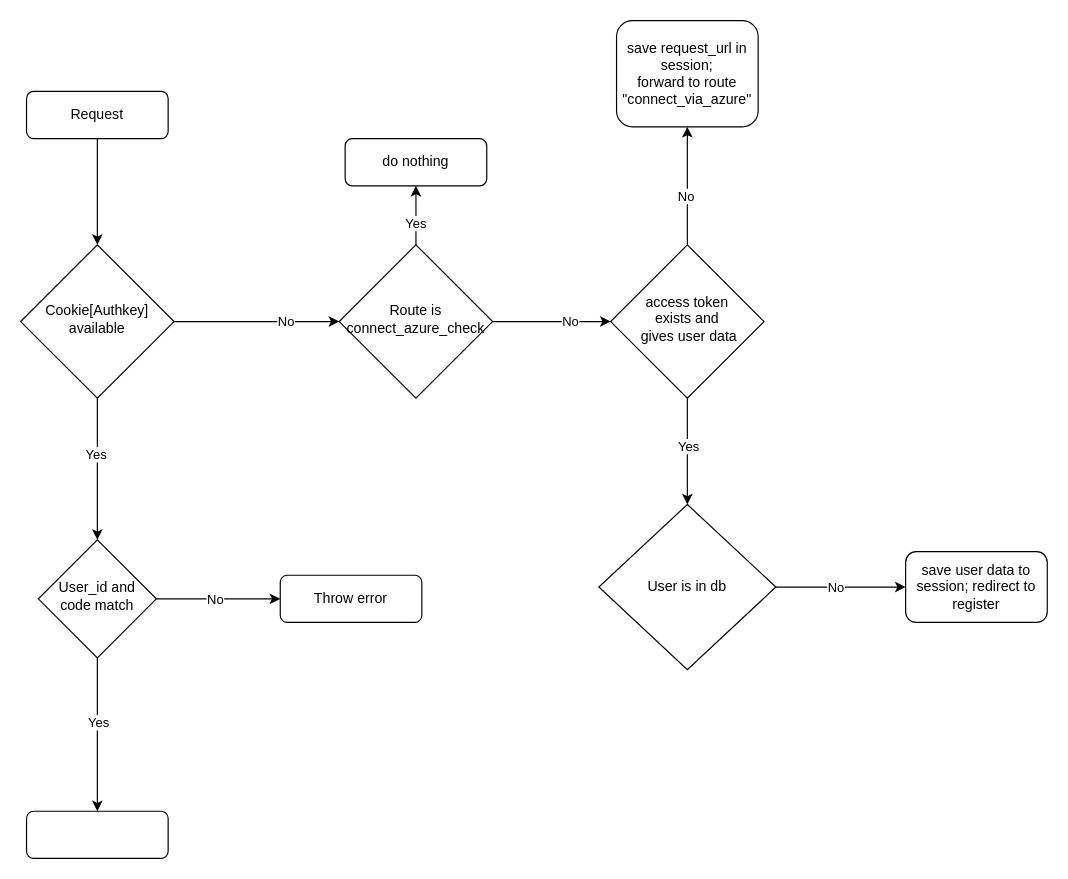
fridde/ndb_symfony keeps this draw.io diagram as docs/authentication_process.drawio. Above is the earlier version. Source tidied: cells renumbered, new cells numbered last; positions are measured from the earlier drawing's top-left corner, leaving out a move shared by most shapes. Both pictures are drawn from the tidied source at 118%, with x=0, y=0 at pixel (20, 20).
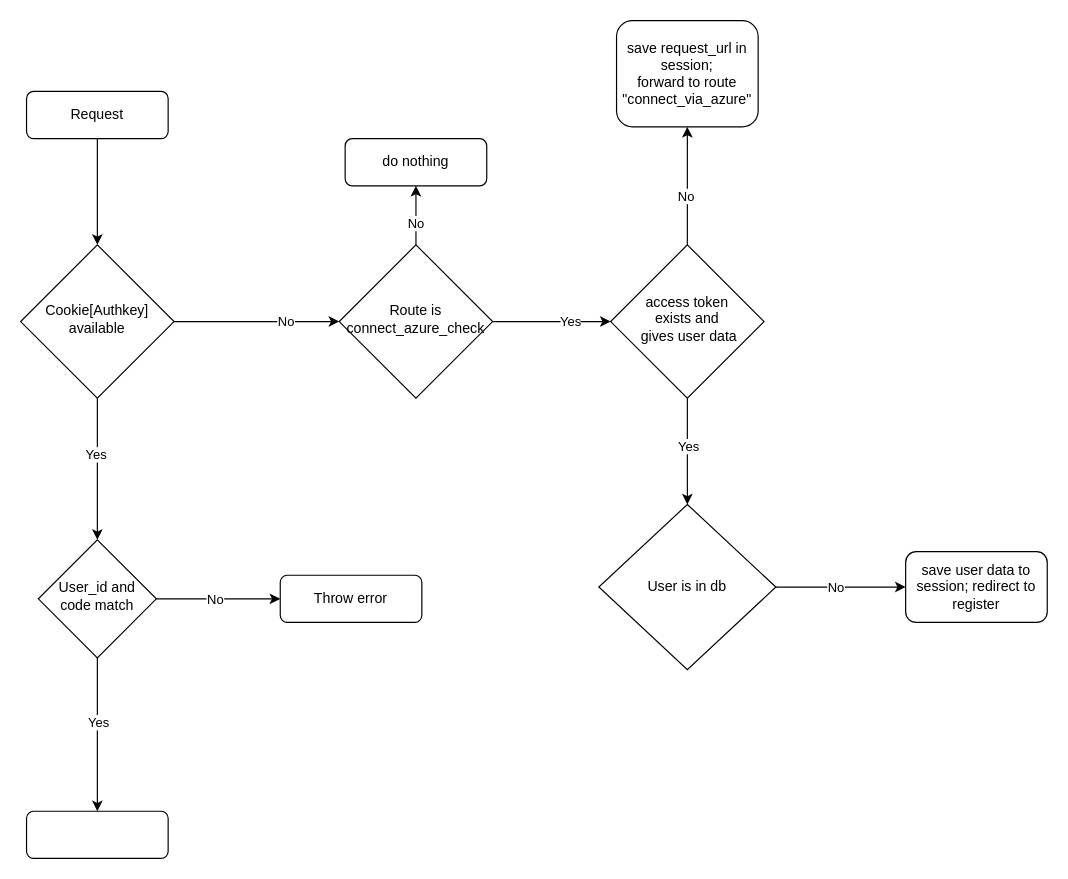
The same page after the edit.

The change refers to these unchanged cells:
```xml
<mxCell id="17" style="edgeStyle=orthogonalEdgeStyle;rounded=0;jettySize=auto;html=1;" parent="1" edge="1" source="21" target="27">
  <mxGeometry relative="1" as="geometry" />
</mxCell>
<mxCell id="19" style="edgeStyle=orthogonalEdgeStyle;rounded=0;jettySize=auto;html=1;entryX=0;entryY=0.5;entryDx=0;entryDy=0;" parent="1" edge="1" source="21" target="26">
  <mxGeometry relative="1" as="geometry" />
</mxCell>
```

Change to the diagram source:
```diff
@@
-    <mxCell id="18" value="Yes" style="edgeLabel;html=1;align=center;verticalAlign=middle;" parent="17" vertex="1">
+    <mxCell id="18" value="No" style="edgeLabel;html=1;align=center;verticalAlign=middle;" parent="17" vertex="1">
       <mxGeometry x="-0.26" y="1" relative="1" as="geometry" />
     </mxCell>
@@
-    <mxCell id="20" value="No" style="edgeLabel;html=1;align=center;verticalAlign=middle;" parent="19" vertex="1">
+    <mxCell id="20" value="Yes" style="edgeLabel;html=1;align=center;verticalAlign=middle;" parent="19" vertex="1">
       <mxGeometry x="0.29" y="1" relative="1" as="geometry" />
     </mxCell>
```
